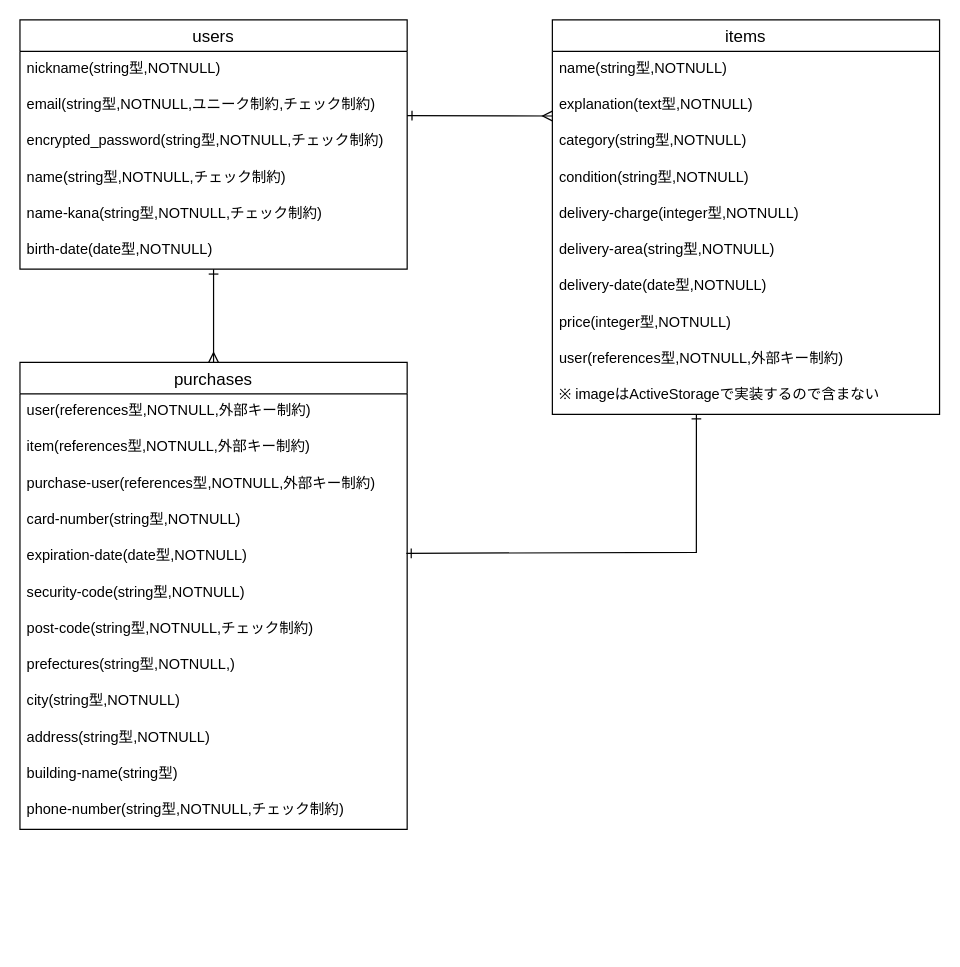
The draw.io diagram furima.dio in genkikonno/furima-37489, before the edit. Source tidied: cells renumbered, new cells numbered last; positions are measured from the earlier drawing's top-left corner, leaving out a move shared by most shapes. Both pictures are drawn from the tidied source at 121%, with x=0, y=0 at pixel (19, 19).
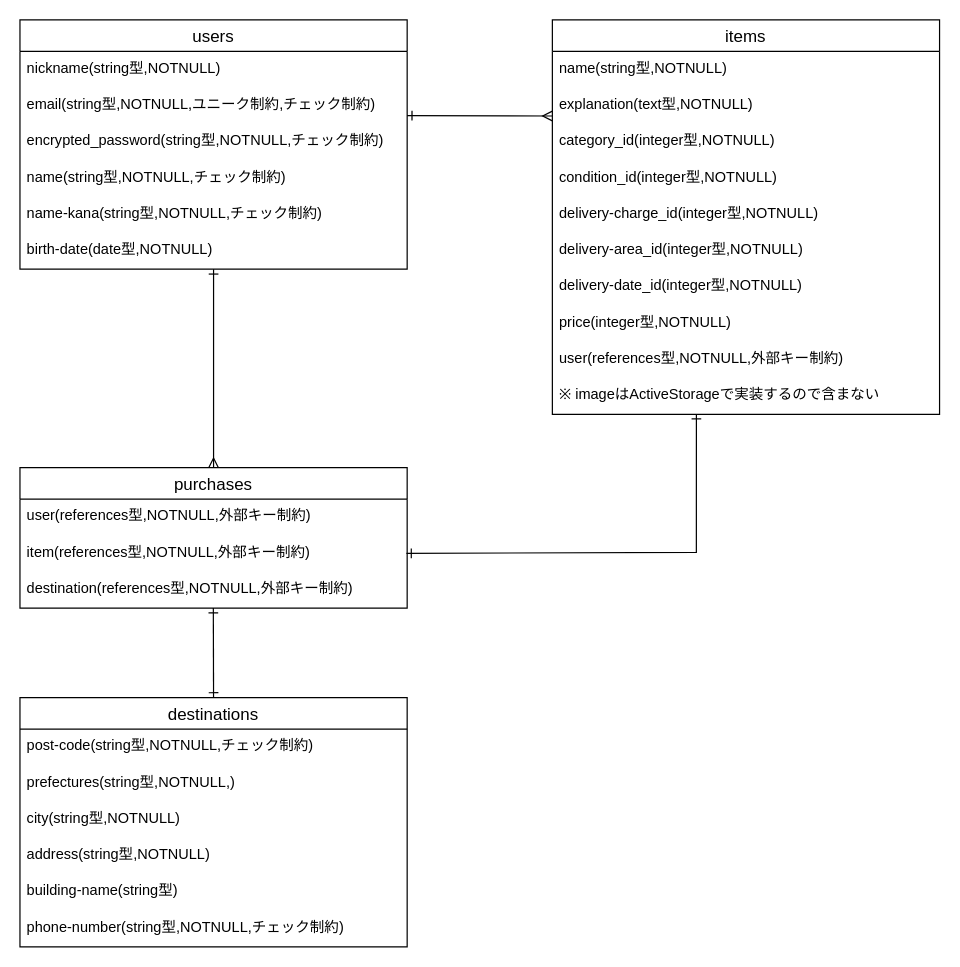
The same page after the edit.

Unchanged cells that the change refers to:
```xml
<mxCell id="2" value="users" style="swimlane;fontStyle=0;horizontal=1;startSize=26;align=center;fontSize=14;" parent="1" vertex="1">
  <mxGeometry width="320" height="206" as="geometry" />
</mxCell>
<mxCell id="9" value="items" style="swimlane;fontStyle=0;horizontal=1;startSize=26;align=center;fontSize=14;" parent="1" vertex="1">
  <mxGeometry x="440" width="320" height="326" as="geometry" />
</mxCell>
<mxCell id="11" value="explanation(text型,NOTNULL)" style="text;strokeColor=none;fillColor=none;spacingLeft=4;spacingRight=4;overflow=hidden;points=[[0,0.5],[1,0.5]];portConstraint=eastwest;fontSize=12;" parent="9" vertex="1">
  <mxGeometry y="56" width="320" height="30" as="geometry" />
</mxCell>
<mxCell id="19" value="※ imageはActiveStorageで実装するので含まない" style="text;strokeColor=none;fillColor=none;spacingLeft=4;spacingRight=4;overflow=hidden;points=[[0,0.5],[1,0.5]];portConstraint=eastwest;fontSize=12;" parent="9" vertex="1">
  <mxGeometry y="296" width="320" height="30" as="geometry" />
</mxCell>
```

What changed in the source:
```diff
@@
-    <mxCell id="12" value="category(string型,NOTNULL)" style="text;strokeColor=none;fillColor=none;spacingLeft=4;spacingRight=4;overflow=hidden;fontSize=12;" parent="9" vertex="1">
+    <mxCell id="12" value="category_id(integer型,NOTNULL)" style="text;strokeColor=none;fillColor=none;spacingLeft=4;spacingRight=4;overflow=hidden;fontSize=12;" parent="9" vertex="1">
       <mxGeometry y="86" width="320" height="30" as="geometry" />
     </mxCell>
-    <mxCell id="13" value="condition(string型,NOTNULL)" style="text;strokeColor=none;fillColor=none;spacingLeft=4;spacingRight=4;overflow=hidden;fontSize=12;" parent="9" vertex="1">
+    <mxCell id="13" value="condition_id(integer型,NOTNULL)" style="text;strokeColor=none;fillColor=none;spacingLeft=4;spacingRight=4;overflow=hidden;fontSize=12;" parent="9" vertex="1">
       <mxGeometry y="116" width="320" height="30" as="geometry" />
     </mxCell>
-    <mxCell id="14" value="delivery-charge(integer型,NOTNULL)" style="text;strokeColor=none;fillColor=none;spacingLeft=4;spacingRight=4;overflow=hidden;fontSize=12;" parent="9" vertex="1">
+    <mxCell id="14" value="delivery-charge_id(integer型,NOTNULL)" style="text;strokeColor=none;fillColor=none;spacingLeft=4;spacingRight=4;overflow=hidden;fontSize=12;" parent="9" vertex="1">
       <mxGeometry y="146" width="320" height="30" as="geometry" />
     </mxCell>
-    <mxCell id="15" value="delivery-area(string型,NOTNULL)" style="text;strokeColor=none;fillColor=none;spacingLeft=4;spacingRight=4;overflow=hidden;fontSize=12;" parent="9" vertex="1">
+    <mxCell id="15" value="delivery-area_id(integer型,NOTNULL)" style="text;strokeColor=none;fillColor=none;spacingLeft=4;spacingRight=4;overflow=hidden;fontSize=12;" parent="9" vertex="1">
       <mxGeometry y="176" width="320" height="30" as="geometry" />
     </mxCell>
-    <mxCell id="16" value="delivery-date(date型,NOTNULL)" style="text;strokeColor=none;fillColor=none;spacingLeft=4;spacingRight=4;overflow=hidden;fontSize=12;" parent="9" vertex="1">
+    <mxCell id="16" value="delivery-date_id(integer型,NOTNULL)" style="text;strokeColor=none;fillColor=none;spacingLeft=4;spacingRight=4;overflow=hidden;fontSize=12;" parent="9" vertex="1">
       <mxGeometry y="206" width="320" height="30" as="geometry" />
     </mxCell>
@@
     <mxCell id="20" value="purchases" style="swimlane;fontStyle=0;horizontal=1;startSize=26;align=center;fontSize=14;" parent="1" vertex="1">
-      <mxGeometry y="283" width="320" height="386" as="geometry" />
+      <mxGeometry y="370" width="320" height="116" as="geometry" />
     </mxCell>
@@
-    <mxCell id="23" value="purchase-user(references型,NOTNULL,外部キー制約)" style="text;strokeColor=none;fillColor=none;spacingLeft=4;spacingRight=4;overflow=hidden;fontSize=12;" parent="20" vertex="1">
+    <mxCell id="23" value="destination(references型,NOTNULL,外部キー制約)" style="text;strokeColor=none;fillColor=none;spacingLeft=4;spacingRight=4;overflow=hidden;fontSize=12;" parent="20" vertex="1">
       <mxGeometry y="86" width="320" height="30" as="geometry" />
     </mxCell>
-    <mxCell id="24" value="card-number(string型,NOTNULL)" style="text;strokeColor=none;fillColor=none;spacingLeft=4;spacingRight=4;overflow=hidden;fontSize=12;" parent="20" vertex="1">
-      <mxGeometry y="116" width="320" height="30" as="geometry" />
-    </mxCell>
-    <mxCell id="25" value="expiration-date(date型,NOTNULL)" style="text;strokeColor=none;fillColor=none;spacingLeft=4;spacingRight=4;overflow=hidden;points=[[0,0.5],[1,0.5]];portConstraint=eastwest;fontSize=12;" parent="20" vertex="1">
-      <mxGeometry y="146" width="320" height="30" as="geometry" />
-    </mxCell>
-    <mxCell id="26" value="security-code(string型,NOTNULL)" style="text;strokeColor=none;fillColor=none;spacingLeft=4;spacingRight=4;overflow=hidden;fontSize=12;" parent="20" vertex="1">
-      <mxGeometry y="176" width="320" height="30" as="geometry" />
-    </mxCell>
+    <mxCell id="33" style="fontSize=12;html=1;endArrow=ERmany;startArrow=ERone;entryX=0;entryY=0.779;entryDx=0;entryDy=0;entryPerimeter=0;startFill=0;endFill=0;" parent="1" edge="1" target="11">
+      <mxGeometry relative="1" as="geometry">
+        <mxPoint x="320" y="79" as="sourcePoint" />
+      </mxGeometry>
+    </mxCell>
+    <mxCell id="34" style="endArrow=ERmany;html=1;rounded=0;entryX=0.5;entryY=0;entryDx=0;entryDy=0;exitX=0.5;exitY=1;exitDx=0;exitDy=0;startArrow=ERone;startFill=0;endFill=0;" parent="1" edge="1" source="2" target="20">
+      <mxGeometry relative="1" as="geometry" />
+    </mxCell>
+    <mxCell id="35" style="endArrow=ERone;html=1;rounded=0;startArrow=ERone;startFill=0;endFill=0;exitX=0.998;exitY=0.393;exitDx=0;exitDy=0;exitPerimeter=0;entryX=0.372;entryY=0.989;entryDx=0;entryDy=0;entryPerimeter=0;" parent="1" edge="1" target="19">
+      <mxGeometry relative="1" as="geometry">
+        <mxPoint x="319.4" y="440.8" as="sourcePoint" />
+        <Array as="points">
+          <mxPoint x="559" y="440" />
+        </Array>
+      </mxGeometry>
+    </mxCell>
+    <mxCell id="36" value="destinations" style="swimlane;fontStyle=0;horizontal=1;startSize=26;align=center;fontSize=14;" parent="1" vertex="1">
+      <mxGeometry y="560" width="320" height="206" as="geometry" />
+    </mxCell>
-    <mxCell id="27" value="post-code(string型,NOTNULL,チェック制約)" style="text;strokeColor=none;fillColor=none;spacingLeft=4;spacingRight=4;overflow=hidden;fontSize=12;" parent="20" vertex="1">
-      <mxGeometry y="206" width="320" height="30" as="geometry" />
+    <mxCell id="27" value="post-code(string型,NOTNULL,チェック制約)" style="text;strokeColor=none;fillColor=none;spacingLeft=4;spacingRight=4;overflow=hidden;fontSize=12;" parent="36" vertex="1">
+      <mxGeometry y="26" width="320" height="30" as="geometry" />
     </mxCell>
-    <mxCell id="28" value="prefectures(string型,NOTNULL,)" style="text;strokeColor=none;fillColor=none;spacingLeft=4;spacingRight=4;overflow=hidden;fontSize=12;" parent="20" vertex="1">
-      <mxGeometry y="236" width="320" height="30" as="geometry" />
+    <mxCell id="28" value="prefectures(string型,NOTNULL,)" style="text;strokeColor=none;fillColor=none;spacingLeft=4;spacingRight=4;overflow=hidden;fontSize=12;" parent="36" vertex="1">
+      <mxGeometry y="56" width="320" height="30" as="geometry" />
     </mxCell>
-    <mxCell id="29" value="city(string型,NOTNULL)" style="text;strokeColor=none;fillColor=none;spacingLeft=4;spacingRight=4;overflow=hidden;fontSize=12;" parent="20" vertex="1">
-      <mxGeometry y="266" width="320" height="30" as="geometry" />
+    <mxCell id="29" value="city(string型,NOTNULL)" style="text;strokeColor=none;fillColor=none;spacingLeft=4;spacingRight=4;overflow=hidden;fontSize=12;" parent="36" vertex="1">
+      <mxGeometry y="86" width="320" height="30" as="geometry" />
     </mxCell>
-    <mxCell id="30" value="address(string型,NOTNULL)" style="text;strokeColor=none;fillColor=none;spacingLeft=4;spacingRight=4;overflow=hidden;fontSize=12;" parent="20" vertex="1">
-      <mxGeometry y="296" width="320" height="30" as="geometry" />
+    <mxCell id="30" value="address(string型,NOTNULL)" style="text;strokeColor=none;fillColor=none;spacingLeft=4;spacingRight=4;overflow=hidden;fontSize=12;" parent="36" vertex="1">
+      <mxGeometry y="116" width="320" height="30" as="geometry" />
     </mxCell>
-    <mxCell id="31" value="building-name(string型)" style="text;strokeColor=none;fillColor=none;spacingLeft=4;spacingRight=4;overflow=hidden;fontSize=12;" parent="20" vertex="1">
-      <mxGeometry y="326" width="320" height="30" as="geometry" />
+    <mxCell id="31" value="building-name(string型)" style="text;strokeColor=none;fillColor=none;spacingLeft=4;spacingRight=4;overflow=hidden;fontSize=12;" parent="36" vertex="1">
+      <mxGeometry y="146" width="320" height="30" as="geometry" />
     </mxCell>
-    <mxCell id="32" value="phone-number(string型,NOTNULL,チェック制約)" style="text;strokeColor=none;fillColor=none;spacingLeft=4;spacingRight=4;overflow=hidden;fontSize=12;" parent="20" vertex="1">
-      <mxGeometry y="356" width="320" height="30" as="geometry" />
+    <mxCell id="32" value="phone-number(string型,NOTNULL,チェック制約)" style="text;strokeColor=none;fillColor=none;spacingLeft=4;spacingRight=4;overflow=hidden;fontSize=12;" parent="36" vertex="1">
+      <mxGeometry y="176" width="320" height="30" as="geometry" />
     </mxCell>
-    <mxCell id="33" style="fontSize=12;html=1;endArrow=ERmany;startArrow=ERone;entryX=0;entryY=0.779;entryDx=0;entryDy=0;entryPerimeter=0;startFill=0;endFill=0;" parent="1" edge="1" target="11">
-      <mxGeometry relative="1" as="geometry">
-        <mxPoint x="320" y="79" as="sourcePoint" />
-      </mxGeometry>
-    </mxCell>
-    <mxCell id="34" style="endArrow=ERmany;html=1;rounded=0;entryX=0.5;entryY=0;entryDx=0;entryDy=0;exitX=0.5;exitY=1;exitDx=0;exitDy=0;startArrow=ERone;startFill=0;endFill=0;" parent="1" edge="1" source="2" target="20">
-      <mxGeometry relative="1" as="geometry" />
-    </mxCell>
-    <mxCell id="35" style="endArrow=ERone;html=1;rounded=0;startArrow=ERone;startFill=0;endFill=0;exitX=0.998;exitY=0.393;exitDx=0;exitDy=0;exitPerimeter=0;entryX=0.372;entryY=0.989;entryDx=0;entryDy=0;entryPerimeter=0;" parent="1" edge="1" source="25" target="19">
-      <mxGeometry relative="1" as="geometry">
-        <Array as="points">
-          <mxPoint x="559" y="440" />
-        </Array>
-      </mxGeometry>
-    </mxCell>
+    <mxCell id="37" style="endArrow=ERone;html=1;rounded=0;entryX=0.5;entryY=0;entryDx=0;entryDy=0;startArrow=ERone;startFill=0;endFill=0;" parent="1" edge="1" target="36">
+      <mxGeometry relative="1" as="geometry">
+        <mxPoint x="159.8" y="486" as="sourcePoint" />
+      </mxGeometry>
+    </mxCell>
```
